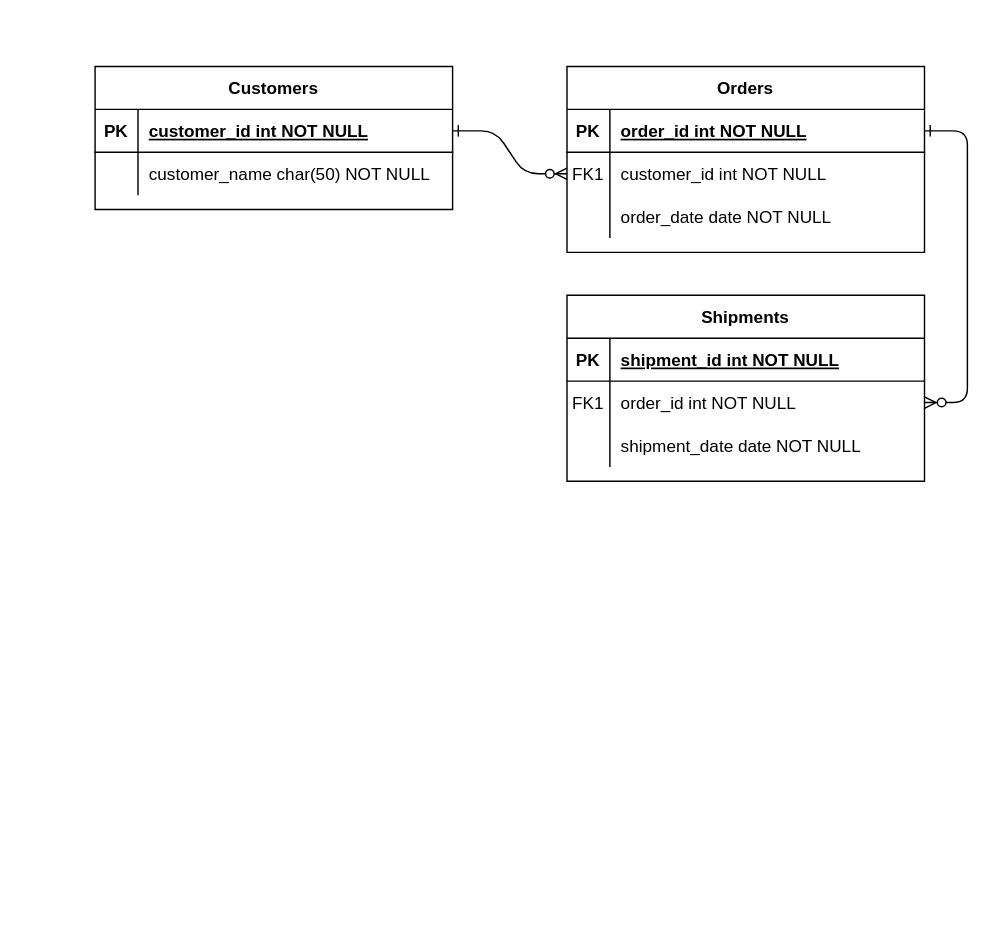
Before: Untitled Diagram.drawio in AkzhanBerdi/bookMeni, a draw.io diagram. Source tidied: cells renumbered, new cells numbered last; positions are measured from the earlier drawing's top-left corner, leaving out a move shared by most shapes. Both pictures are drawn from the tidied source at 143%, with x=0, y=0 at pixel (94, 66).
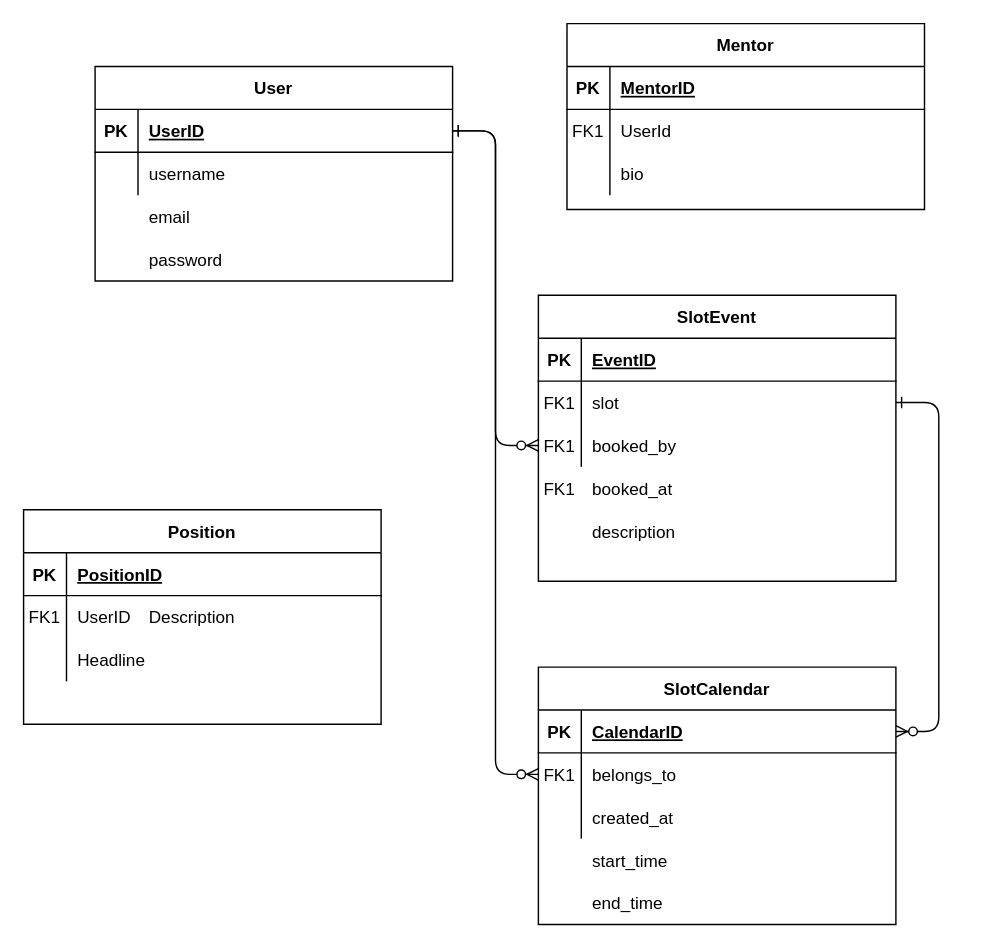
After the change.

Commit message:
Slot Calendar entity created Diagram.drawio

The change refers to these unchanged cells:
```xml
<mxCell id="5" style="shape=partialRectangle;fillColor=none;points=[[0,0.5],[1,0.5]];portConstraint=eastwest;top=0;left=0;right=0;bottom=1;" parent="4" vertex="1">
  <mxGeometry y="30" width="250" height="30" as="geometry" />
</mxCell>
<mxCell id="8" style="shape=partialRectangle;fillColor=none;points=[[0,0.5],[1,0.5]];portConstraint=eastwest;top=0;left=0;right=0;bottom=0;" parent="4" vertex="1">
  <mxGeometry y="60" width="250" height="30" as="geometry" />
</mxCell>
<mxCell id="11" style="shape=partialRectangle;fillColor=none;top=0;left=0;right=0;bottom=0;" parent="4" vertex="1">
  <mxGeometry y="90" width="250" height="30" as="geometry" />
</mxCell>
<mxCell id="15" style="shape=partialRectangle;fillColor=none;top=0;left=0;right=0;bottom=1;" parent="14" vertex="1">
  <mxGeometry y="30" width="250" height="30" as="geometry" />
</mxCell>
<mxCell id="18" style="shape=partialRectangle;fillColor=none;points=[[0,0.5],[1,0.5]];portConstraint=eastwest;top=0;left=0;right=0;bottom=0;" parent="14" vertex="1">
  <mxGeometry y="60" width="250" height="30" as="geometry" />
</mxCell>
<mxCell id="21" style="shape=partialRectangle;fillColor=none;points=[[0,0.5],[1,0.5]];portConstraint=eastwest;top=0;left=0;right=0;bottom=0;" parent="14" vertex="1">
  <mxGeometry y="90" width="250" height="30" as="geometry" />
</mxCell>
<mxCell id="25" style="shape=partialRectangle;fillColor=none;points=[[0,0.5],[1,0.5]];portConstraint=eastwest;top=0;left=0;right=0;bottom=1;" parent="24" vertex="1">
  <mxGeometry y="30" width="250" height="30" as="geometry" />
</mxCell>
<mxCell id="28" style="shape=partialRectangle;fillColor=none;top=0;left=0;right=0;bottom=0;" parent="24" vertex="1">
  <mxGeometry y="60" width="250" height="30" as="geometry" />
</mxCell>
```

Change to the diagram source:
```diff
@@
-    <mxCell id="2" style="edgeStyle=entityRelationEdgeStyle;endArrow=ERzeroToMany;startArrow=ERone;endFill=1;startFill=0;" parent="1" edge="1" source="25" target="8">
-      <mxGeometry relative="1" as="geometry" />
-    </mxCell>
-    <mxCell id="3" style="edgeStyle=entityRelationEdgeStyle;endArrow=ERzeroToMany;startArrow=ERone;endFill=1;startFill=0;" parent="1" edge="1" source="5" target="18">
-      <mxGeometry relative="1" as="geometry" />
-    </mxCell>
-    <mxCell id="4" value="Orders" style="shape=table;startSize=30;childLayout=tableLayout;rowLines=0;fontStyle=1;align=center;" parent="1" vertex="1">
-      <mxGeometry x="330" width="250" height="130" as="geometry" />
+    <mxCell id="4" value="Mentor" style="shape=table;startSize=30;childLayout=tableLayout;rowLines=0;fontStyle=1;align=center;" parent="1" vertex="1">
+      <mxGeometry x="330" y="-30" width="250" height="130" as="geometry" />
     </mxCell>
@@
-    <mxCell id="7" value="order_id int NOT NULL " style="shape=partialRectangle;overflow=hidden;fillColor=none;top=0;left=0;bottom=0;right=0;align=left;spacingLeft=6;fontStyle=5;" parent="5" vertex="1">
+    <mxCell id="7" value="MentorID" style="shape=partialRectangle;overflow=hidden;fillColor=none;top=0;left=0;bottom=0;right=0;align=left;spacingLeft=6;fontStyle=5;" parent="5" vertex="1">
       <mxGeometry x="30" width="220" height="30" as="geometry" />
     </mxCell>
@@
-    <mxCell id="10" value="customer_id int NOT NULL" style="shape=partialRectangle;overflow=hidden;fillColor=none;top=0;left=0;bottom=0;right=0;align=left;spacingLeft=6;" parent="8" vertex="1">
+    <mxCell id="10" value="UserId" style="shape=partialRectangle;overflow=hidden;fillColor=none;top=0;left=0;bottom=0;right=0;align=left;spacingLeft=6;" parent="8" vertex="1">
       <mxGeometry x="30" width="220" height="30" as="geometry" />
     </mxCell>
@@
-    <mxCell id="13" value="order_date date NOT NULL" style="shape=partialRectangle;overflow=hidden;fillColor=none;top=0;left=0;bottom=0;right=0;align=left;spacingLeft=6;" parent="11" vertex="1">
+    <mxCell id="13" value="bio" style="shape=partialRectangle;overflow=hidden;fillColor=none;top=0;left=0;bottom=0;right=0;align=left;spacingLeft=6;" parent="11" vertex="1">
       <mxGeometry x="30" width="220" height="30" as="geometry" />
     </mxCell>
-    <mxCell id="14" value="Shipments" style="shape=table;startSize=30;childLayout=tableLayout;rowLines=0;fontStyle=1;align=center;" parent="1" vertex="1">
-      <mxGeometry x="330" y="160" width="250" height="130" as="geometry" />
+    <mxCell id="14" value="SlotEvent" style="shape=table;startSize=30;childLayout=tableLayout;rowLines=0;fontStyle=1;align=center;" parent="1" vertex="1">
+      <mxGeometry x="310" y="160" width="250" height="200" as="geometry" />
     </mxCell>
@@
-    <mxCell id="17" value="shipment_id int NOT NULL " style="shape=partialRectangle;overflow=hidden;fillColor=none;top=0;left=0;bottom=0;right=0;align=left;spacingLeft=6;fontStyle=5;" parent="15" vertex="1">
+    <mxCell id="17" value="EventID" style="shape=partialRectangle;overflow=hidden;fillColor=none;top=0;left=0;bottom=0;right=0;align=left;spacingLeft=6;fontStyle=5;" parent="15" vertex="1">
       <mxGeometry x="30" width="220" height="30" as="geometry" />
     </mxCell>
@@
-    <mxCell id="20" value="order_id int NOT NULL" style="shape=partialRectangle;overflow=hidden;fillColor=none;top=0;left=0;bottom=0;right=0;align=left;spacingLeft=6;" parent="18" vertex="1">
+    <mxCell id="20" value="slot" style="shape=partialRectangle;overflow=hidden;fillColor=none;top=0;left=0;bottom=0;right=0;align=left;spacingLeft=6;" parent="18" vertex="1">
       <mxGeometry x="30" width="220" height="30" as="geometry" />
     </mxCell>
@@
-    <mxCell id="23" value="shipment_date date NOT NULL" style="shape=partialRectangle;overflow=hidden;fillColor=none;top=0;left=0;bottom=0;right=0;align=left;spacingLeft=6;" parent="21" vertex="1">
+    <mxCell id="23" value="booked_by" style="shape=partialRectangle;overflow=hidden;fillColor=none;top=0;left=0;bottom=0;right=0;align=left;spacingLeft=6;" parent="21" vertex="1">
       <mxGeometry x="30" width="220" height="30" as="geometry" />
     </mxCell>
-    <mxCell id="24" value="Customers" style="shape=table;startSize=30;childLayout=tableLayout;rowLines=0;fontStyle=1;align=center;" parent="1" vertex="1">
-      <mxGeometry width="250" height="100" as="geometry" />
+    <mxCell id="24" value="User" style="shape=table;startSize=30;childLayout=tableLayout;rowLines=0;fontStyle=1;align=center;" parent="1" vertex="1">
+      <mxGeometry width="250" height="150" as="geometry" />
     </mxCell>
@@
-    <mxCell id="27" value="customer_id int NOT NULL " style="shape=partialRectangle;overflow=hidden;fillColor=none;top=0;left=0;bottom=0;right=0;align=left;spacingLeft=6;fontStyle=5;" parent="25" vertex="1">
+    <mxCell id="27" value="UserID" style="shape=partialRectangle;overflow=hidden;fillColor=none;top=0;left=0;bottom=0;right=0;align=left;spacingLeft=6;fontStyle=5;" parent="25" vertex="1">
       <mxGeometry x="30" width="220" height="30" as="geometry" />
     </mxCell>
@@
-    <mxCell id="30" value="customer_name char(50) NOT NULL" style="shape=partialRectangle;overflow=hidden;fillColor=none;top=0;left=0;bottom=0;right=0;align=left;spacingLeft=6;" parent="28" vertex="1">
+    <mxCell id="30" value="username" style="shape=partialRectangle;overflow=hidden;fillColor=none;top=0;left=0;bottom=0;right=0;align=left;spacingLeft=6;" parent="28" vertex="1">
       <mxGeometry x="30" width="220" height="30" as="geometry" />
     </mxCell>
+    <mxCell id="31" style="shape=partialRectangle;fillColor=none;top=0;left=0;right=0;bottom=0;" parent="1" vertex="1">
+      <mxGeometry y="90" width="250" height="30" as="geometry" />
+    </mxCell>
+    <mxCell id="32" style="shape=partialRectangle;overflow=hidden;fillColor=none;top=0;left=0;bottom=0;right=0;" parent="31" vertex="1">
+      <mxGeometry width="30" height="30" as="geometry" />
+    </mxCell>
+    <mxCell id="33" value="email" style="shape=partialRectangle;overflow=hidden;fillColor=none;top=0;left=0;bottom=0;right=0;align=left;spacingLeft=6;" parent="31" vertex="1">
+      <mxGeometry x="30" width="220" height="30" as="geometry" />
+    </mxCell>
+    <mxCell id="34" style="edgeStyle=entityRelationEdgeStyle;endArrow=ERzeroToMany;startArrow=ERone;endFill=1;startFill=0;entryX=0;entryY=0.5;entryDx=0;entryDy=0;" parent="1" edge="1" source="25" target="21">
+      <mxGeometry relative="1" as="geometry">
+        <Array as="points">
+          <mxPoint x="10" y="45" />
+          <mxPoint x="-40" y="200" />
+          <mxPoint x="-30" y="190" />
+          <mxPoint x="-30" y="190" />
+          <mxPoint y="50" />
+          <mxPoint x="-30" y="240" />
+          <mxPoint x="-60" y="270" />
+          <mxPoint x="-30" y="220" />
+        </Array>
+      </mxGeometry>
+    </mxCell>
+    <mxCell id="35" value="Position" style="shape=table;startSize=30;childLayout=tableLayout;rowLines=0;fontStyle=1;align=center;" parent="1" vertex="1">
+      <mxGeometry x="-50" y="310" width="250" height="150" as="geometry" />
+    </mxCell>
+    <mxCell id="36" style="shape=partialRectangle;fillColor=none;top=0;left=0;right=0;bottom=1;" parent="35" vertex="1">
+      <mxGeometry y="30" width="250" height="30" as="geometry" />
+    </mxCell>
+    <mxCell id="37" value="PK" style="shape=partialRectangle;overflow=hidden;fillColor=none;top=0;left=0;bottom=0;right=0;fontStyle=1;" parent="36" vertex="1">
+      <mxGeometry width="30" height="30" as="geometry" />
+    </mxCell>
+    <mxCell id="38" value="PositionID" style="shape=partialRectangle;overflow=hidden;fillColor=none;top=0;left=0;bottom=0;right=0;align=left;spacingLeft=6;fontStyle=5;" parent="36" vertex="1">
+      <mxGeometry x="30" width="220" height="30" as="geometry" />
+    </mxCell>
+    <mxCell id="39" style="shape=partialRectangle;fillColor=none;top=0;left=0;right=0;bottom=0;" parent="35" vertex="1">
+      <mxGeometry y="60" width="250" height="30" as="geometry" />
+    </mxCell>
+    <mxCell id="40" value="FK1" style="shape=partialRectangle;overflow=hidden;fillColor=none;top=0;left=0;bottom=0;right=0;" parent="39" vertex="1">
+      <mxGeometry width="30" height="30" as="geometry" />
+    </mxCell>
+    <mxCell id="41" value="UserID" style="shape=partialRectangle;overflow=hidden;fillColor=none;top=0;left=0;bottom=0;right=0;align=left;spacingLeft=6;" parent="39" vertex="1">
+      <mxGeometry x="30" width="220" height="30" as="geometry" />
+    </mxCell>
+    <mxCell id="42" style="shape=partialRectangle;fillColor=none;top=0;left=0;right=0;bottom=0;" parent="35" vertex="1">
+      <mxGeometry y="90" width="250" height="30" as="geometry" />
+    </mxCell>
+    <mxCell id="43" style="shape=partialRectangle;overflow=hidden;fillColor=none;top=0;left=0;bottom=0;right=0;" parent="42" vertex="1">
+      <mxGeometry width="30" height="30" as="geometry" />
+    </mxCell>
+    <mxCell id="44" value="Headline" style="shape=partialRectangle;overflow=hidden;fillColor=none;top=0;left=0;bottom=0;right=0;align=left;spacingLeft=6;" parent="42" vertex="1">
+      <mxGeometry x="30" width="220" height="30" as="geometry" />
+    </mxCell>
+    <mxCell id="45" value="Description" style="shape=partialRectangle;overflow=hidden;fillColor=none;top=0;left=0;bottom=0;right=0;align=left;spacingLeft=6;" parent="1" vertex="1">
+      <mxGeometry x="30" y="370" width="220" height="30" as="geometry" />
+    </mxCell>
+    <mxCell id="46" style="edgeStyle=entityRelationEdgeStyle;endArrow=ERzeroToMany;startArrow=ERone;endFill=1;startFill=0;exitX=1;exitY=0.5;exitDx=0;exitDy=0;" parent="1" edge="1" source="18" target="53">
+      <mxGeometry relative="1" as="geometry">
+        <Array as="points">
+          <mxPoint x="390" y="190" />
+          <mxPoint x="610" y="290" />
+          <mxPoint x="590" y="290" />
+          <mxPoint x="650" y="400" />
+          <mxPoint x="340" y="345" />
+          <mxPoint x="350" y="335" />
+          <mxPoint x="350" y="335" />
+          <mxPoint x="380" y="195" />
+          <mxPoint x="350" y="385" />
+          <mxPoint x="320" y="415" />
+          <mxPoint x="350" y="365" />
+        </Array>
+      </mxGeometry>
+    </mxCell>
+    <mxCell id="47" value="booked_at" style="shape=partialRectangle;overflow=hidden;fillColor=none;top=0;left=0;bottom=0;right=0;align=left;spacingLeft=6;" parent="1" vertex="1">
+      <mxGeometry x="340" y="280" width="220" height="30" as="geometry" />
+    </mxCell>
+    <mxCell id="48" value="password" style="shape=partialRectangle;overflow=hidden;fillColor=none;top=0;left=0;bottom=0;right=0;align=left;spacingLeft=6;" parent="1" vertex="1">
+      <mxGeometry x="30" y="120" width="220" height="30" as="geometry" />
+    </mxCell>
+    <mxCell id="49" value="FK1" style="shape=partialRectangle;overflow=hidden;fillColor=none;top=0;left=0;bottom=0;right=0;" parent="1" vertex="1">
+      <mxGeometry x="310" y="250" width="30" height="30" as="geometry" />
+    </mxCell>
+    <mxCell id="50" value="FK1" style="shape=partialRectangle;overflow=hidden;fillColor=none;top=0;left=0;bottom=0;right=0;" parent="1" vertex="1">
+      <mxGeometry x="310" y="280" width="30" height="30" as="geometry" />
+    </mxCell>
+    <mxCell id="51" value="description" style="shape=partialRectangle;overflow=hidden;fillColor=none;top=0;left=0;bottom=0;right=0;align=left;spacingLeft=6;" parent="1" vertex="1">
+      <mxGeometry x="340" y="310" width="220" height="30" as="geometry" />
+    </mxCell>
+    <mxCell id="52" value="SlotCalendar" style="shape=table;startSize=30;childLayout=tableLayout;rowLines=0;fontStyle=1;align=center;" parent="1" vertex="1">
+      <mxGeometry x="310" y="420" width="250" height="180" as="geometry" />
+    </mxCell>
+    <mxCell id="53" style="shape=partialRectangle;fillColor=none;points=[[0,0.5],[1,0.5]];portConstraint=eastwest;top=0;left=0;right=0;bottom=1;" parent="52" vertex="1">
+      <mxGeometry y="30" width="250" height="30" as="geometry" />
+    </mxCell>
+    <mxCell id="54" value="PK" style="shape=partialRectangle;overflow=hidden;fillColor=none;top=0;left=0;bottom=0;right=0;fontStyle=1;" parent="53" vertex="1">
+      <mxGeometry width="30" height="30" as="geometry" />
+    </mxCell>
+    <mxCell id="55" value="CalendarID" style="shape=partialRectangle;overflow=hidden;fillColor=none;top=0;left=0;bottom=0;right=0;align=left;spacingLeft=6;fontStyle=5;" parent="53" vertex="1">
+      <mxGeometry x="30" width="220" height="30" as="geometry" />
+    </mxCell>
+    <mxCell id="56" style="shape=partialRectangle;fillColor=none;points=[[0,0.5],[1,0.5]];portConstraint=eastwest;top=0;left=0;right=0;bottom=0;" parent="52" vertex="1">
+      <mxGeometry y="60" width="250" height="30" as="geometry" />
+    </mxCell>
+    <mxCell id="57" value="FK1" style="shape=partialRectangle;overflow=hidden;fillColor=none;top=0;left=0;bottom=0;right=0;" parent="56" vertex="1">
+      <mxGeometry width="30" height="30" as="geometry" />
+    </mxCell>
+    <mxCell id="58" value="belongs_to" style="shape=partialRectangle;overflow=hidden;fillColor=none;top=0;left=0;bottom=0;right=0;align=left;spacingLeft=6;" parent="56" vertex="1">
+      <mxGeometry x="30" width="220" height="30" as="geometry" />
+    </mxCell>
+    <mxCell id="59" style="shape=partialRectangle;fillColor=none;top=0;left=0;right=0;bottom=0;" parent="52" vertex="1">
+      <mxGeometry y="90" width="250" height="30" as="geometry" />
+    </mxCell>
+    <mxCell id="60" style="shape=partialRectangle;overflow=hidden;fillColor=none;top=0;left=0;bottom=0;right=0;" parent="59" vertex="1">
+      <mxGeometry width="30" height="30" as="geometry" />
+    </mxCell>
+    <mxCell id="61" value="created_at" style="shape=partialRectangle;overflow=hidden;fillColor=none;top=0;left=0;bottom=0;right=0;align=left;spacingLeft=6;" parent="59" vertex="1">
+      <mxGeometry x="30" width="220" height="30" as="geometry" />
+    </mxCell>
+    <mxCell id="62" value="start_time" style="shape=partialRectangle;overflow=hidden;fillColor=none;top=0;left=0;bottom=0;right=0;align=left;spacingLeft=6;" parent="1" vertex="1">
+      <mxGeometry x="340" y="540" width="220" height="30" as="geometry" />
+    </mxCell>
+    <mxCell id="63" value="end_time" style="shape=partialRectangle;overflow=hidden;fillColor=none;top=0;left=0;bottom=0;right=0;align=left;spacingLeft=6;" parent="1" vertex="1">
+      <mxGeometry x="340" y="570" width="220" height="30" as="geometry" />
+    </mxCell>
+    <mxCell id="64" style="edgeStyle=entityRelationEdgeStyle;endArrow=ERzeroToMany;startArrow=ERone;endFill=1;startFill=0;entryX=0;entryY=0.5;entryDx=0;entryDy=0;" parent="1" edge="1" source="25" target="56">
+      <mxGeometry relative="1" as="geometry" />
+    </mxCell>
```
